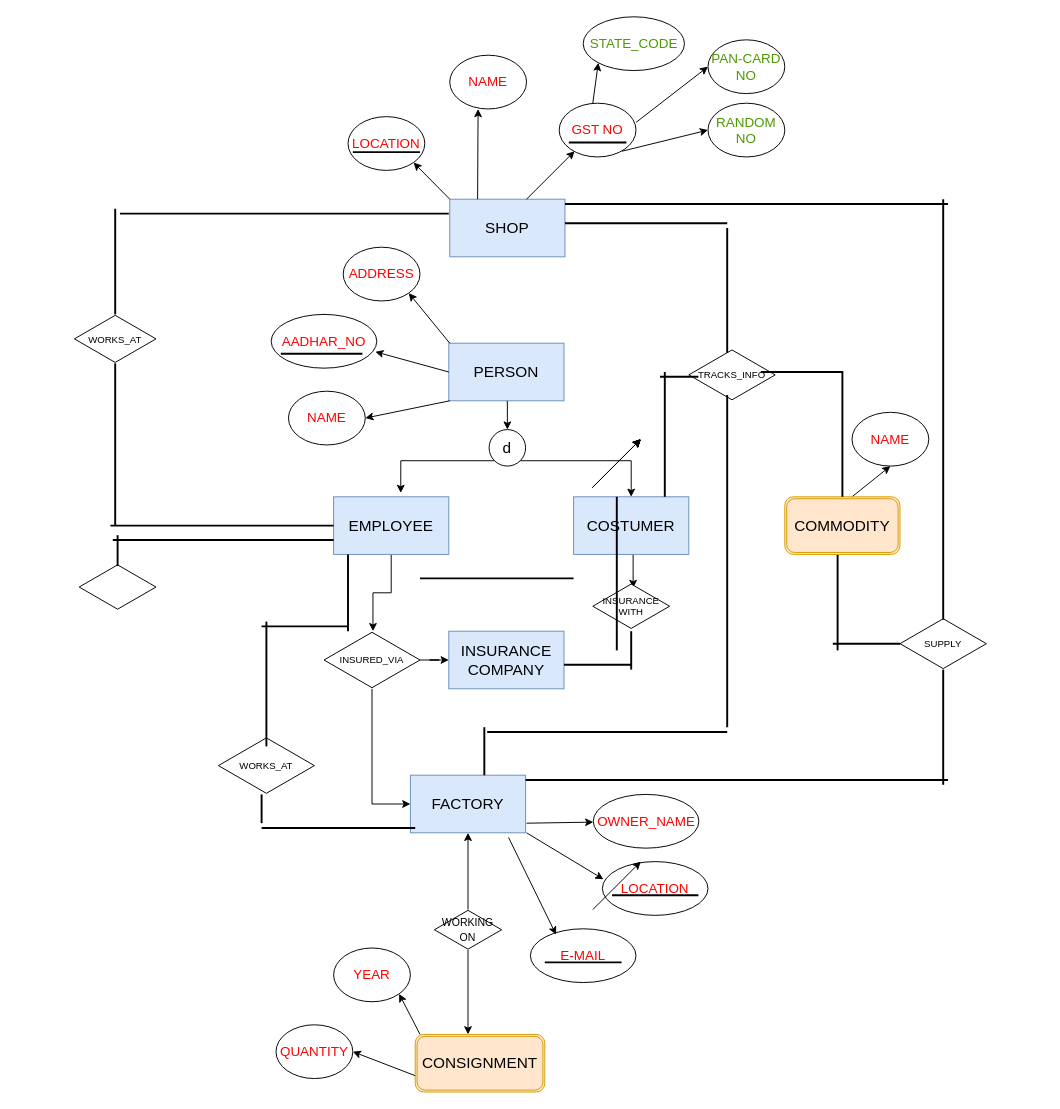
Earlier version of the draw.io diagram da.drawio (xLeviackermanX/hello-world). Source tidied: cells renumbered, new cells numbered last; positions are measured from the earlier drawing's top-left corner, leaving out a move shared by most shapes. Both pictures are drawn from the tidied source at 96%, with x=0, y=0 at pixel (74, 16).
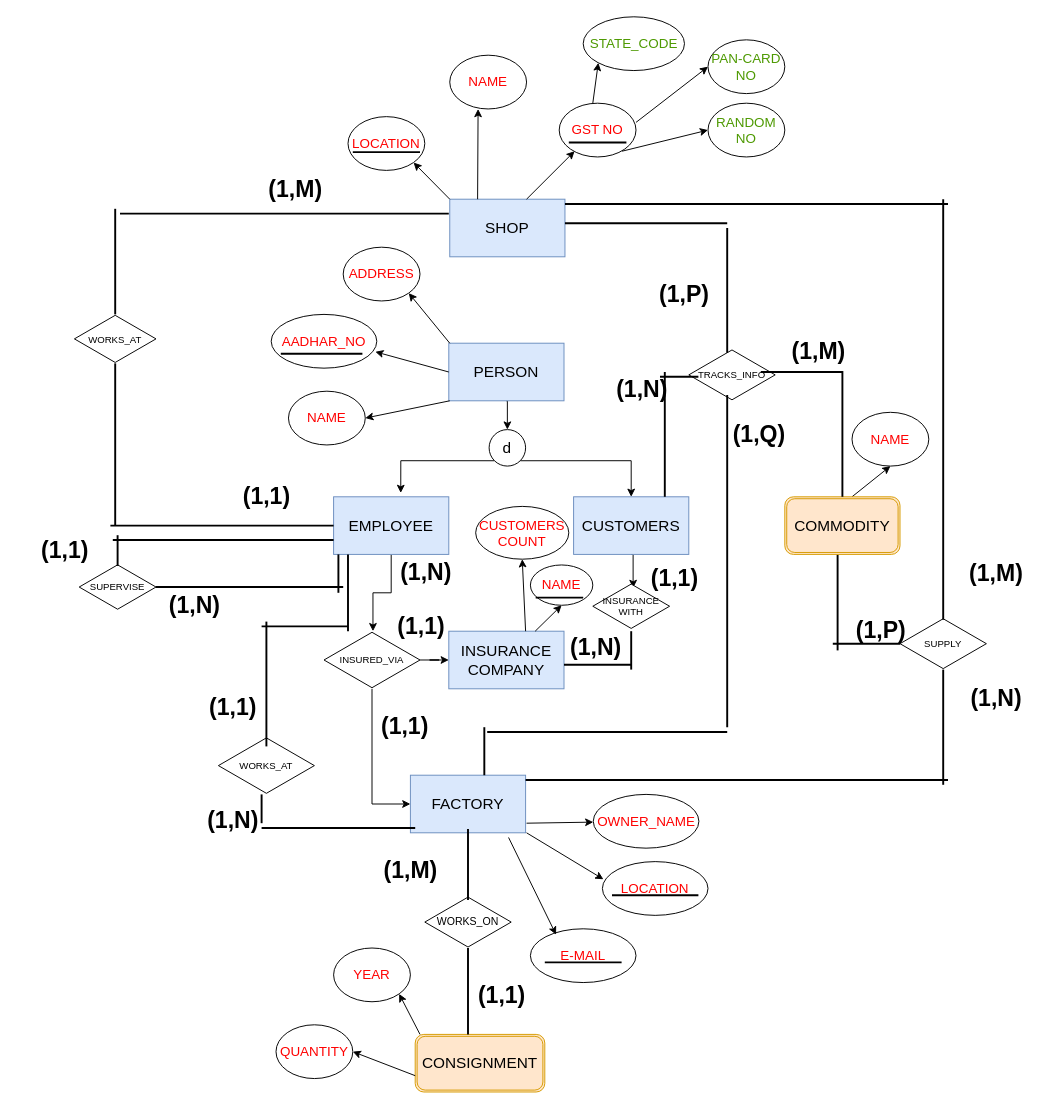
Above is the later version.

The change refers to these unchanged cells:
```xml
<mxCell id="12" value="INSURANCE COMPANY" style="rounded=0;whiteSpace=wrap;html=1;fontSize=16;fillColor=#dae8fc;strokeColor=#6c8ebf;" parent="1" vertex="1">
  <mxGeometry x="390" y="640" width="120" height="60" as="geometry" />
</mxCell>
<mxCell id="13" value="FACTORY" style="rounded=0;whiteSpace=wrap;html=1;fontSize=16;fillColor=#dae8fc;strokeColor=#6c8ebf;" parent="1" vertex="1">
  <mxGeometry x="350" y="790" width="120" height="60" as="geometry" />
</mxCell>
```

What changed in the source:
```diff
@@
-    <mxCell id="7" value="COSTUMER" style="rounded=0;whiteSpace=wrap;html=1;fontSize=16;fillColor=#dae8fc;strokeColor=#6c8ebf;" parent="1" vertex="1">
+    <mxCell id="7" value="CUSTOMERS" style="rounded=0;whiteSpace=wrap;html=1;fontSize=16;fillColor=#dae8fc;strokeColor=#6c8ebf;" parent="1" vertex="1">
       <mxGeometry x="520" y="500" width="120" height="60" as="geometry" />
     </mxCell>
@@
-    <mxCell id="14" style="edgeStyle=orthogonalEdgeStyle;rounded=0;jettySize=auto;html=1;entryX=0.5;entryY=1;entryDx=0;entryDy=0;fontSize=12;" parent="1" edge="1" source="16" target="13">
-      <mxGeometry relative="1" as="geometry" />
-    </mxCell>
-    <mxCell id="15" style="edgeStyle=orthogonalEdgeStyle;rounded=0;jettySize=auto;html=1;entryX=0.5;entryY=0;entryDx=0;entryDy=0;fontSize=10;" parent="1" edge="1" source="16">
-      <mxGeometry relative="1" as="geometry">
-        <mxPoint x="410" y="1060" as="targetPoint" />
-      </mxGeometry>
-    </mxCell>
-    <mxCell id="16" value="&lt;font style=&quot;font-size: 11px&quot;&gt;WORKING ON&lt;/font&gt;" style="html=1;whiteSpace=wrap;shape=isoRectangle;fontSize=12;" parent="1" vertex="1">
-      <mxGeometry x="375" y="930" width="70" height="42" as="geometry" />
+    <mxCell id="16" value="&lt;font style=&quot;font-size: 11px&quot;&gt;WORKS_ON&lt;/font&gt;" style="html=1;whiteSpace=wrap;shape=isoRectangle;fontSize=12;" parent="1" vertex="1">
+      <mxGeometry x="365" y="916" width="90" height="54" as="geometry" />
     </mxCell>
@@
-    <mxCell id="70" style="endArrow=classic;html=1;fontSize=14;fontColor=#FF3333;" parent="1" edge="1">
-      <mxGeometry relative="1" as="geometry">
-        <mxPoint x="540" y="490" as="sourcePoint" />
-        <mxPoint x="590" y="440" as="targetPoint" />
-      </mxGeometry>
-    </mxCell>
-    <mxCell id="71" style="endArrow=classic;html=1;fontSize=14;fontColor=#FF3333;" parent="1" edge="1">
-      <mxGeometry relative="1" as="geometry">
-        <mxPoint x="540" y="490" as="sourcePoint" />
-        <mxPoint x="590" y="440" as="targetPoint" />
-      </mxGeometry>
-    </mxCell>
-    <mxCell id="72" style="endArrow=classic;html=1;fontSize=14;fontColor=#FF3333;" parent="1" edge="1">
-      <mxGeometry relative="1" as="geometry">
-        <mxPoint x="540" y="490" as="sourcePoint" />
-        <mxPoint x="590" y="440" as="targetPoint" />
-      </mxGeometry>
-    </mxCell>
-    <mxCell id="73" style="endArrow=classic;html=1;fontSize=14;fontColor=#FF3333;" parent="1" edge="1">
-      <mxGeometry relative="1" as="geometry">
-        <mxPoint x="540" y="490" as="sourcePoint" />
-        <mxPoint x="590" y="440" as="targetPoint" />
-      </mxGeometry>
-    </mxCell>
-    <mxCell id="74" style="endArrow=classic;html=1;fontSize=14;fontColor=#FF3333;" parent="1" edge="1">
-      <mxGeometry relative="1" as="geometry">
-        <mxPoint x="540" y="490" as="sourcePoint" />
-        <mxPoint x="590" y="440" as="targetPoint" />
-      </mxGeometry>
-    </mxCell>
-    <mxCell id="75" style="endArrow=classic;html=1;fontSize=14;fontColor=#FF3333;" parent="1" edge="1">
-      <mxGeometry relative="1" as="geometry">
-        <mxPoint x="540" y="490" as="sourcePoint" />
-        <mxPoint x="590" y="440" as="targetPoint" />
-      </mxGeometry>
-    </mxCell>
-    <mxCell id="76" style="endArrow=classic;html=1;fontSize=14;fontColor=#FF3333;" parent="1" edge="1">
-      <mxGeometry relative="1" as="geometry">
-        <mxPoint x="540" y="490" as="sourcePoint" />
-        <mxPoint x="590" y="440" as="targetPoint" />
-      </mxGeometry>
-    </mxCell>
-    <mxCell id="77" style="endArrow=classic;html=1;fontSize=14;fontColor=#FF3333;" parent="1" edge="1">
-      <mxGeometry relative="1" as="geometry">
-        <mxPoint x="540" y="490" as="sourcePoint" />
-        <mxPoint x="590" y="440" as="targetPoint" />
-      </mxGeometry>
-    </mxCell>
-    <mxCell id="78" style="endArrow=classic;html=1;fontSize=14;fontColor=#FF3333;" parent="1" edge="1">
-      <mxGeometry relative="1" as="geometry">
-        <mxPoint x="540" y="490" as="sourcePoint" />
-        <mxPoint x="590" y="440" as="targetPoint" />
-      </mxGeometry>
-    </mxCell>
@@
-    <mxCell id="97" style="endArrow=classic;html=1;fontSize=16;fontColor=#4D9900;" parent="1" edge="1">
-      <mxGeometry relative="1" as="geometry">
-        <mxPoint x="540" y="930" as="sourcePoint" />
-        <mxPoint x="590" y="880" as="targetPoint" />
-      </mxGeometry>
-    </mxCell>
@@
-    <mxCell id="101" style="html=1;whiteSpace=wrap;shape=isoRectangle;labelBackgroundColor=none;fontSize=16;fontColor=#4D9900;" parent="1" vertex="1">
+    <mxCell id="101" value="SUPERVISE" style="html=1;whiteSpace=wrap;shape=isoRectangle;labelBackgroundColor=none;fontSize=10;" parent="1" vertex="1">
       <mxGeometry x="5" y="570" width="80" height="48" as="geometry" />
     </mxCell>
     <mxCell id="102" style="line;strokeWidth=2;direction=south;html=1;labelBackgroundColor=none;fontSize=16;fontColor=#4D9900;" parent="1" vertex="1">
-      <mxGeometry x="560" y="500" width="10" height="160" as="geometry" />
+      <mxGeometry x="270" y="560" width="10" height="40" as="geometry" />
     </mxCell>
@@
     <mxCell id="104" style="line;strokeWidth=2;html=1;labelBackgroundColor=none;fontSize=16;fontColor=#4D9900;" parent="1" vertex="1">
-      <mxGeometry x="360" y="580" width="160" height="10" as="geometry" />
+      <mxGeometry x="85" y="589" width="195" height="10" as="geometry" />
     </mxCell>
+    <mxCell id="105" value="NAME" style="ellipse;whiteSpace=wrap;html=1;fontSize=14;direction=west;fontColor=#FF0000;" parent="1" vertex="1">
+      <mxGeometry x="475" y="571" width="65" height="42" as="geometry" />
+    </mxCell>
+    <mxCell id="106" value="CUSTOMERS COUNT" style="ellipse;whiteSpace=wrap;html=1;fontSize=14;direction=west;fontColor=#FF0000;" parent="1" vertex="1">
+      <mxGeometry x="418" y="510" width="97" height="55" as="geometry" />
+    </mxCell>
+    <mxCell id="107" style="endArrow=classic;html=1;fontSize=10;fontColor=#000000;entryX=0.5;entryY=0;entryDx=0;entryDy=0;exitX=0.75;exitY=0;exitDx=0;exitDy=0;" parent="1" edge="1" source="12" target="105">
+      <mxGeometry relative="1" as="geometry" />
+    </mxCell>
+    <mxCell id="108" style="endArrow=classic;html=1;fontSize=10;fontColor=#000000;entryX=0.5;entryY=0;entryDx=0;entryDy=0;" parent="1" edge="1" target="106">
+      <mxGeometry relative="1" as="geometry">
+        <mxPoint x="470" y="640" as="sourcePoint" />
+      </mxGeometry>
+    </mxCell>
+    <mxCell id="109" value="(1,M)" style="text;strokeColor=none;fillColor=none;html=1;fontSize=24;fontStyle=1;verticalAlign=middle;align=center;labelBackgroundColor=none;" parent="1" vertex="1">
+      <mxGeometry x="180" y="160" width="100" height="40" as="geometry" />
+    </mxCell>
+    <mxCell id="110" value="(1,1)" style="text;strokeColor=none;fillColor=none;html=1;fontSize=24;fontStyle=1;verticalAlign=middle;align=center;labelBackgroundColor=none;" parent="1" vertex="1">
+      <mxGeometry x="150" y="480" width="100" height="40" as="geometry" />
+    </mxCell>
+    <mxCell id="111" value="(1,1)" style="text;strokeColor=none;fillColor=none;html=1;fontSize=24;fontStyle=1;verticalAlign=middle;align=center;labelBackgroundColor=none;" parent="1" vertex="1">
+      <mxGeometry x="-60" y="541" width="100" height="30" as="geometry" />
+    </mxCell>
+    <mxCell id="112" value="(1,N)" style="text;strokeColor=none;fillColor=none;html=1;fontSize=24;fontStyle=1;verticalAlign=middle;align=center;labelBackgroundColor=none;" parent="1" vertex="1">
+      <mxGeometry x="80" y="598" width="90" height="32" as="geometry" />
+    </mxCell>
+    <mxCell id="113" value="(1,N)" style="text;strokeColor=none;fillColor=none;html=1;fontSize=24;fontStyle=1;verticalAlign=middle;align=center;labelBackgroundColor=none;" parent="1" vertex="1">
+      <mxGeometry x="332" y="559" width="68" height="40" as="geometry" />
+    </mxCell>
+    <mxCell id="114" value="(1,1)" style="text;strokeColor=none;fillColor=none;html=1;fontSize=24;fontStyle=1;verticalAlign=middle;align=center;labelBackgroundColor=none;" parent="1" vertex="1">
+      <mxGeometry x="332" y="615" width="58" height="40" as="geometry" />
+    </mxCell>
+    <mxCell id="115" value="(1,1)" style="text;strokeColor=none;fillColor=none;html=1;fontSize=24;fontStyle=1;verticalAlign=middle;align=center;labelBackgroundColor=none;" parent="1" vertex="1">
+      <mxGeometry x="318" y="720" width="52" height="40" as="geometry" />
+    </mxCell>
+    <mxCell id="116" value="(1,1)" style="text;strokeColor=none;fillColor=none;html=1;fontSize=24;fontStyle=1;verticalAlign=middle;align=center;labelBackgroundColor=none;" parent="1" vertex="1">
+      <mxGeometry x="600" y="565" width="50" height="40" as="geometry" />
+    </mxCell>
+    <mxCell id="117" value="(1,N)" style="text;strokeColor=none;fillColor=none;html=1;fontSize=24;fontStyle=1;verticalAlign=middle;align=center;labelBackgroundColor=none;" parent="1" vertex="1">
+      <mxGeometry x="515" y="640" width="55" height="33" as="geometry" />
+    </mxCell>
+    <mxCell id="118" value="(1,P)" style="text;strokeColor=none;fillColor=none;html=1;fontSize=24;fontStyle=1;verticalAlign=middle;align=center;labelBackgroundColor=none;" parent="1" vertex="1">
+      <mxGeometry x="595" y="270" width="80" height="40" as="geometry" />
+    </mxCell>
+    <mxCell id="119" value="(1,Q)" style="text;strokeColor=none;fillColor=none;html=1;fontSize=24;fontStyle=1;verticalAlign=middle;align=center;labelBackgroundColor=none;" parent="1" vertex="1">
+      <mxGeometry x="685" y="415" width="55" height="40" as="geometry" />
+    </mxCell>
+    <mxCell id="120" value="(1,M)" style="text;strokeColor=none;fillColor=none;html=1;fontSize=24;fontStyle=1;verticalAlign=middle;align=center;labelBackgroundColor=none;" parent="1" vertex="1">
+      <mxGeometry x="730" y="329" width="90" height="40" as="geometry" />
+    </mxCell>
+    <mxCell id="121" value="(1,N)" style="text;strokeColor=none;fillColor=none;html=1;fontSize=24;fontStyle=1;verticalAlign=middle;align=center;labelBackgroundColor=none;" parent="1" vertex="1">
+      <mxGeometry x="540.5" y="369" width="100" height="40" as="geometry" />
+    </mxCell>
+    <mxCell id="122" value="(1,M)" style="text;strokeColor=none;fillColor=none;html=1;fontSize=24;fontStyle=1;verticalAlign=middle;align=center;labelBackgroundColor=none;" parent="1" vertex="1">
+      <mxGeometry x="910" y="560" width="100" height="40" as="geometry" />
+    </mxCell>
+    <mxCell id="123" value="(1,P)" style="text;strokeColor=none;fillColor=none;html=1;fontSize=24;fontStyle=1;verticalAlign=middle;align=center;labelBackgroundColor=none;" parent="1" vertex="1">
+      <mxGeometry x="790" y="620" width="100" height="40" as="geometry" />
+    </mxCell>
+    <mxCell id="124" value="(1,N)" style="text;strokeColor=none;fillColor=none;html=1;fontSize=24;fontStyle=1;verticalAlign=middle;align=center;labelBackgroundColor=none;" parent="1" vertex="1">
+      <mxGeometry x="910" y="690" width="100" height="40" as="geometry" />
+    </mxCell>
+    <mxCell id="125" value="(1,M)" style="text;strokeColor=none;fillColor=none;html=1;fontSize=24;fontStyle=1;verticalAlign=middle;align=center;labelBackgroundColor=none;" parent="1" vertex="1">
+      <mxGeometry x="310" y="870" width="80" height="40" as="geometry" />
+    </mxCell>
+    <mxCell id="126" value="(1,1)" style="text;strokeColor=none;fillColor=none;html=1;fontSize=24;fontStyle=1;verticalAlign=middle;align=center;labelBackgroundColor=none;" parent="1" vertex="1">
+      <mxGeometry x="415" y="1000" width="60" height="40" as="geometry" />
+    </mxCell>
+    <mxCell id="127" style="line;strokeWidth=2;direction=south;html=1;labelBackgroundColor=none;fontSize=10;fontColor=#000000;" parent="1" vertex="1">
+      <mxGeometry x="405" y="970" width="10" height="90" as="geometry" />
+    </mxCell>
+    <mxCell id="128" style="line;strokeWidth=2;direction=south;html=1;labelBackgroundColor=none;fontSize=10;fontColor=#000000;" parent="1" vertex="1">
+      <mxGeometry x="405" y="846" width="10" height="74" as="geometry" />
+    </mxCell>
+    <mxCell id="129" value="(1,1)" style="text;strokeColor=none;fillColor=none;html=1;fontSize=24;fontStyle=1;verticalAlign=middle;align=center;labelBackgroundColor=none;" parent="1" vertex="1">
+      <mxGeometry x="115" y="700" width="100" height="40" as="geometry" />
+    </mxCell>
+    <mxCell id="130" value="(1,N)" style="text;strokeColor=none;fillColor=none;html=1;fontSize=24;fontStyle=1;verticalAlign=middle;align=center;labelBackgroundColor=none;" parent="1" vertex="1">
+      <mxGeometry x="115" y="818" width="100" height="40" as="geometry" />
+    </mxCell>
+    <mxCell id="131" style="line;strokeWidth=2;html=1;labelBackgroundColor=none;fontSize=10;fontColor=#000000;" parent="1" vertex="1">
+      <mxGeometry x="480.5" y="600" width="49.5" height="10" as="geometry" />
+    </mxCell>
```
